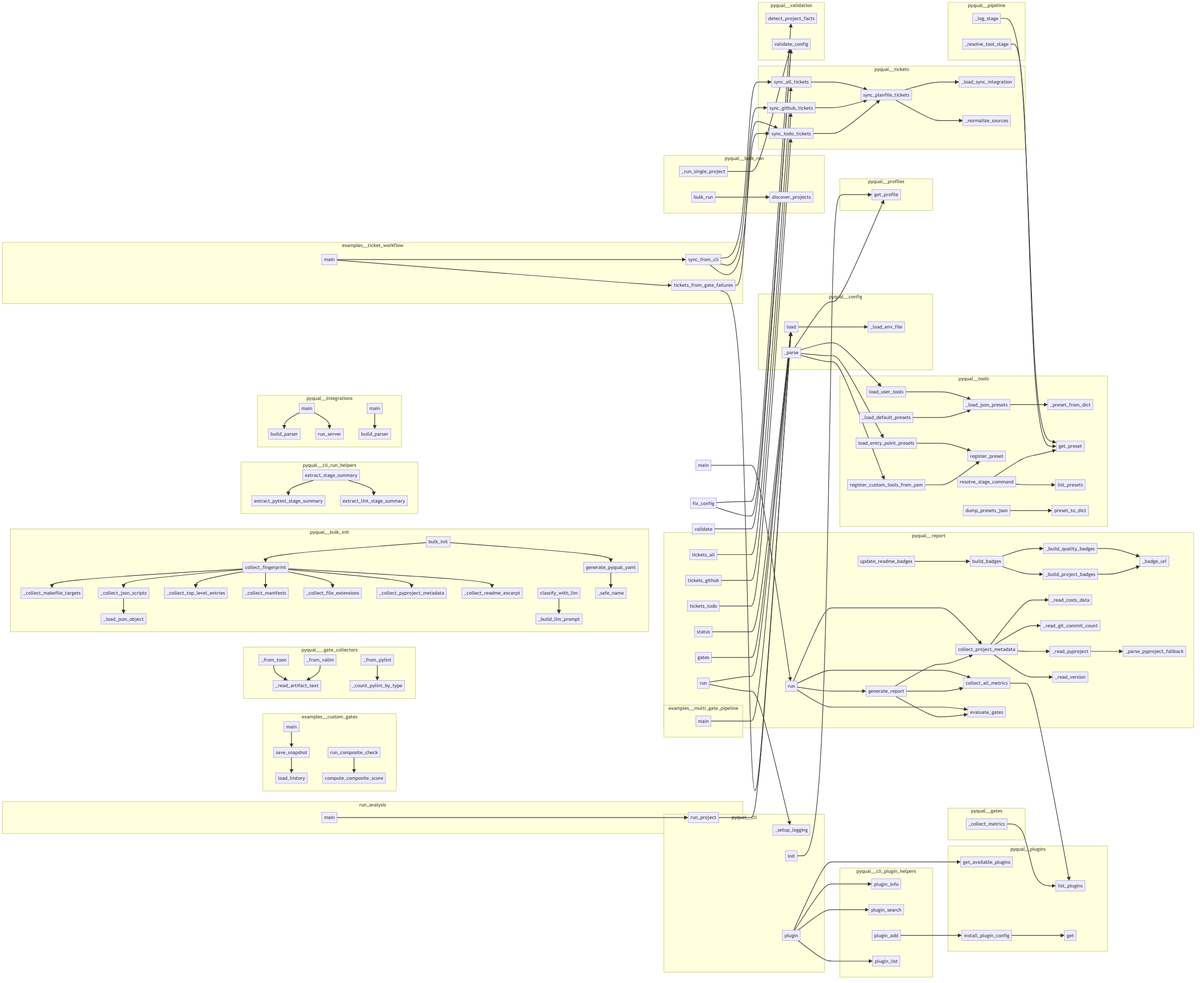
The Mermaid diagram project/calls.png in semcod/pyqual, before a commit. Its source is kept beside it as project/calls.mmd.
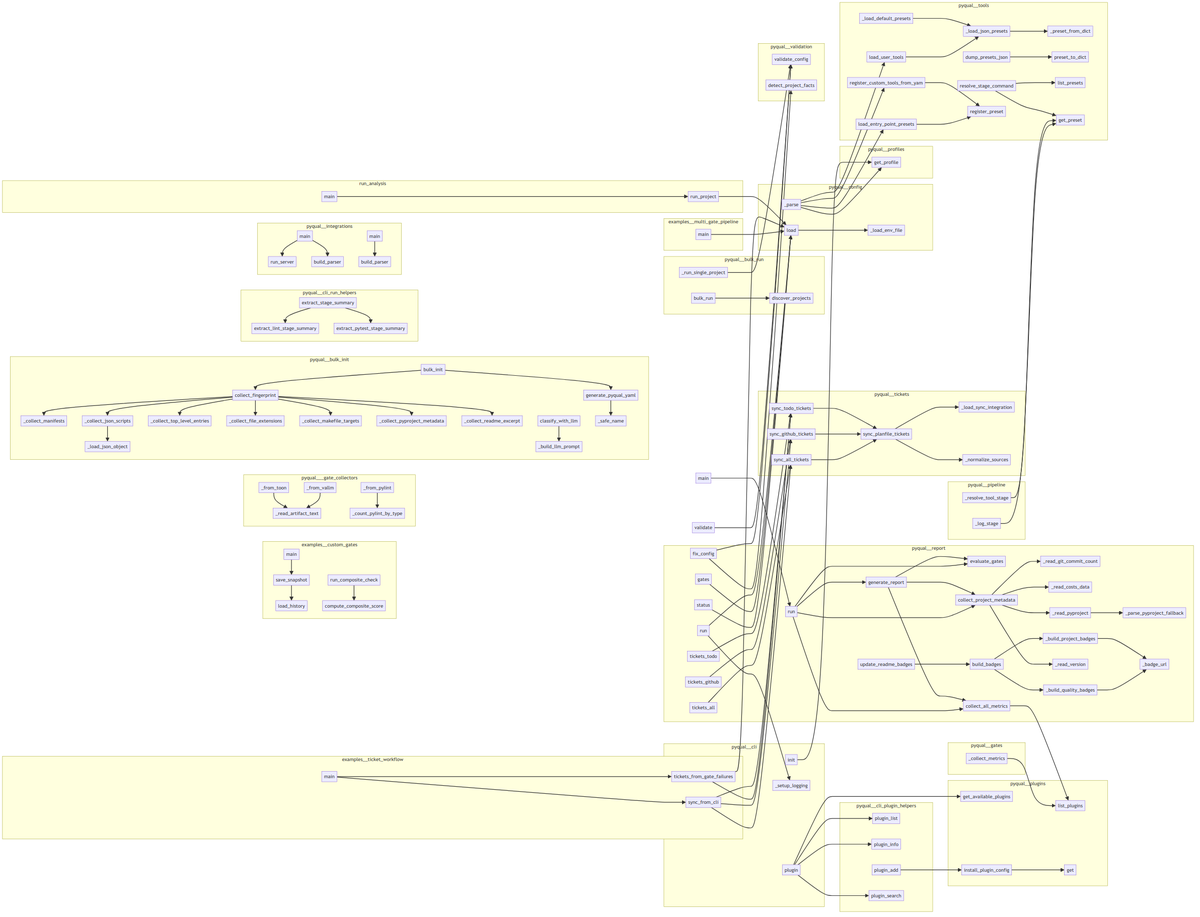
The same file after the commit.

Diff of the diagram source:
```diff
@@ -1,152 +1,152 @@
 flowchart LR
     subgraph examples__custom_gates
+        examples__custom_gates__metric_history__load_history["load_history"]
+        examples__custom_gates__composite_gates__compute_composite_score["compute_composite_score"]
         examples__custom_gates__metric_history__save_snapshot["save_snapshot"]
-        examples__custom_gates__composite_gates__compute_composite_score["compute_composite_score"]
         examples__custom_gates__metric_history__main["main"]
-        examples__custom_gates__metric_history__load_history["load_history"]
         examples__custom_gates__composite_gates__run_composite_check["run_composite_check"]
     end
     subgraph examples__multi_gate_pipeline
         examples__multi_gate_pipeline__run_pipeline__main["main"]
     end
     subgraph examples__ticket_workflow
+        examples__ticket_workflow__sync_tickets__sync_from_cli["sync_from_cli"]
         examples__ticket_workflow__sync_tickets__main["main"]
-        examples__ticket_workflow__sync_tickets__sync_from_cli["sync_from_cli"]
         examples__ticket_workflow__sync_tickets__tickets_from_gate_failures["tickets_from_gate_failures"]
     end
     subgraph pyqual___gate_collectors
         pyqual___gate_collectors___from_pylint["_from_pylint"]
+        pyqual___gate_collectors___read_artifact_text["_read_artifact_text"]
         pyqual___gate_collectors___count_pylint_by_type["_count_pylint_by_type"]
         pyqual___gate_collectors___from_toon["_from_toon"]
-        pyqual___gate_collectors___read_artifact_text["_read_artifact_text"]
         pyqual___gate_collectors___from_vallm["_from_vallm"]
     end
     subgraph pyqual__bulk_init
-        pyqual__bulk_init___collect_makefile_targets["_collect_makefile_targets"]
+        pyqual__bulk_init___collect_manifests["_collect_manifests"]
         pyqual__bulk_init___build_llm_prompt["_build_llm_prompt"]
-        pyqual__bulk_init___collect_pyproject_metadata["_collect_pyproject_metadata"]
-        pyqual__bulk_init__classify_with_llm["classify_with_llm"]
-        pyqual__bulk_init___collect_readme_excerpt["_collect_readme_excerpt"]
         pyqual__bulk_init___load_json_object["_load_json_object"]
         pyqual__bulk_init___collect_top_level_entries["_collect_top_level_entries"]
+        pyqual__bulk_init__generate_pyqual_yaml["generate_pyqual_yaml"]
+        pyqual__bulk_init___collect_makefile_targets["_collect_makefile_targets"]
+        pyqual__bulk_init__collect_fingerprint["collect_fingerprint"]
+        pyqual__bulk_init___collect_readme_excerpt["_collect_readme_excerpt"]
+        pyqual__bulk_init___collect_json_scripts["_collect_json_scripts"]
+        pyqual__bulk_init___safe_name["_safe_name"]
+        pyqual__bulk_init___collect_file_extensions["_collect_file_extensions"]
+        pyqual__bulk_init__classify_with_llm["classify_with_llm"]
         pyqual__bulk_init__bulk_init["bulk_init"]
-        pyqual__bulk_init__collect_fingerprint["collect_fingerprint"]
-        pyqual__bulk_init___safe_name["_safe_name"]
-        pyqual__bulk_init___collect_json_scripts["_collect_json_scripts"]
-        pyqual__bulk_init___collect_manifests["_collect_manifests"]
-        pyqual__bulk_init___collect_file_extensions["_collect_file_extensions"]
-        pyqual__bulk_init__generate_pyqual_yaml["generate_pyqual_yaml"]
+        pyqual__bulk_init___collect_pyproject_metadata["_collect_pyproject_metadata"]
     end
     subgraph pyqual__bulk_run
-        pyqual__bulk_run__discover_projects["discover_projects"]
         pyqual__bulk_run__bulk_run["bulk_run"]
         pyqual__bulk_run___run_single_project["_run_single_project"]
+        pyqual__bulk_run__discover_projects["discover_projects"]
     end
     subgraph pyqual__cli
+        pyqual__cli__validate["validate"]
+        pyqual__cli__run["run"]
+        pyqual__cli__init["init"]
+        pyqual__cli__tickets_github["tickets_github"]
         pyqual__cli__fix_config["fix_config"]
         pyqual__cli__gates["gates"]
+        pyqual__cli__status["status"]
+        pyqual__cli__tickets_all["tickets_all"]
         pyqual__cli___setup_logging["_setup_logging"]
+        pyqual__cli__plugin["plugin"]
         pyqual__cli__tickets_todo["tickets_todo"]
-        pyqual__cli__tickets_github["tickets_github"]
-        pyqual__cli__tickets_all["tickets_all"]
-        pyqual__cli__plugin["plugin"]
-        pyqual__cli__run["run"]
-        pyqual__cli__init["init"]
-        pyqual__cli__validate["validate"]
-        pyqual__cli__status["status"]
     end
     subgraph pyqual__cli_plugin_helpers
+        pyqual__cli_plugin_helpers__plugin_list["plugin_list"]
         pyqual__cli_plugin_helpers__plugin_info["plugin_info"]
+        pyqual__cli_plugin_helpers__plugin_add["plugin_add"]
         pyqual__cli_plugin_helpers__plugin_search["plugin_search"]
-        pyqual__cli_plugin_helpers__plugin_add["plugin_add"]
-        pyqual__cli_plugin_helpers__plugin_list["plugin_list"]
     end
     subgraph pyqual__cli_run_helpers
-        pyqual__cli_run_helpers__extract_stage_summary["extract_stage_summary"]
         pyqual__cli_run_helpers__extract_lint_stage_summary["extract_lint_stage_summary"]
         pyqual__cli_run_helpers__extract_pytest_stage_summary["extract_pytest_stage_summary"]
+        pyqual__cli_run_helpers__extract_stage_summary["extract_stage_summary"]
     end
     subgraph pyqual__config
         pyqual__config___load_env_file["_load_env_file"]
+        pyqual__config__PyqualConfig__load["load"]
         pyqual__config__PyqualConfig___parse["_parse"]
-        pyqual__config__PyqualConfig__load["load"]
     end
     subgraph pyqual__gates
         pyqual__gates__GateSet___collect_metrics["_collect_metrics"]
     end
     subgraph pyqual__integrations
+        pyqual__integrations__llx_mcp_service__run_server["run_server"]
+        pyqual__integrations__llx_mcp_service__main["main"]
+        pyqual__integrations__llx_mcp__build_parser["build_parser"]
+        pyqual__integrations__llx_mcp__main["main"]
         pyqual__integrations__llx_mcp_service__build_parser["build_parser"]
-        pyqual__integrations__llx_mcp_service__main["main"]
-        pyqual__integrations__llx_mcp_service__run_server["run_server"]
-        pyqual__integrations__llx_mcp__main["main"]
-        pyqual__integrations__llx_mcp__build_parser["build_parser"]
     end
     subgraph pyqual__pipeline
+        pyqual__pipeline__Pipeline___log_stage["_log_stage"]
         pyqual__pipeline__Pipeline___resolve_tool_stage["_resolve_tool_stage"]
-        pyqual__pipeline__Pipeline___log_stage["_log_stage"]
     end
     subgraph pyqual__plugins
+        pyqual__plugins__get_available_plugins["get_available_plugins"]
         pyqual__plugins__PluginRegistry__list_plugins["list_plugins"]
         pyqual__plugins__PluginRegistry__get["get"]
-        pyqual__plugins__get_available_plugins["get_available_plugins"]
         pyqual__plugins__install_plugin_config["install_plugin_config"]
     end
     subgraph pyqual__profiles
         pyqual__profiles__get_profile["get_profile"]
     end
     subgraph pyqual__report
+        pyqual__report__evaluate_gates["evaluate_gates"]
+        pyqual__report___read_git_commit_count["_read_git_commit_count"]
+        pyqual__report__generate_report["generate_report"]
+        pyqual__report___read_costs_data["_read_costs_data"]
+        pyqual__report__update_readme_badges["update_readme_badges"]
+        pyqual__report__collect_project_metadata["collect_project_metadata"]
+        pyqual__report__build_badges["build_badges"]
+        pyqual__report___parse_pyproject_fallback["_parse_pyproject_fallback"]
+        pyqual__report___badge_url["_badge_url"]
+        pyqual__report___read_pyproject["_read_pyproject"]
+        pyqual__report__run["run"]
+        pyqual__report__collect_all_metrics["collect_all_metrics"]
+        pyqual__report___build_project_badges["_build_project_badges"]
+        pyqual__report__main["main"]
+        pyqual__report___read_version["_read_version"]
         pyqual__report___build_quality_badges["_build_quality_badges"]
-        pyqual__report__collect_project_metadata["collect_project_metadata"]
-        pyqual__report___read_pyproject["_read_pyproject"]
-        pyqual__report__collect_all_metrics["collect_all_metrics"]
-        pyqual__report__build_badges["build_badges"]
-        pyqual__report__run["run"]
-        pyqual__report___badge_url["_badge_url"]
-        pyqual__report___read_costs_data["_read_costs_data"]
-        pyqual__report___parse_pyproject_fallback["_parse_pyproject_fallback"]
-        pyqual__report__update_readme_badges["update_readme_badges"]
-        pyqual__report___read_git_commit_count["_read_git_commit_count"]
-        pyqual__report__main["main"]
-        pyqual__report__generate_report["generate_report"]
-        pyqual__report__evaluate_gates["evaluate_gates"]
-        pyqual__report___build_project_badges["_build_project_badges"]
-        pyqual__report___read_version["_read_version"]
     end
     subgraph pyqual__tickets
+        pyqual__tickets___load_sync_integration["_load_sync_integration"]
+        pyqual__tickets__sync_planfile_tickets["sync_planfile_tickets"]
         pyqual__tickets__sync_todo_tickets["sync_todo_tickets"]
         pyqual__tickets__sync_github_tickets["sync_github_tickets"]
-        pyqual__tickets__sync_planfile_tickets["sync_planfile_tickets"]
         pyqual__tickets__sync_all_tickets["sync_all_tickets"]
-        pyqual__tickets___load_sync_integration["_load_sync_integration"]
         pyqual__tickets___normalize_sources["_normalize_sources"]
     end
     subgraph pyqual__tools
+        pyqual__tools___preset_from_dict["_preset_from_dict"]
+        pyqual__tools__preset_to_dict["preset_to_dict"]
+        pyqual__tools__dump_presets_json["dump_presets_json"]
+        pyqual__tools__resolve_stage_command["resolve_stage_command"]
+        pyqual__tools__list_presets["list_presets"]
         pyqual__tools__load_entry_point_presets["load_entry_point_presets"]
+        pyqual__tools__load_user_tools["load_user_tools"]
+        pyqual__tools___load_default_presets["_load_default_presets"]
+        pyqual__tools__get_preset["get_preset"]
         pyqual__tools___load_json_presets["_load_json_presets"]
-        pyqual__tools___preset_from_dict["_preset_from_dict"]
-        pyqual__tools___load_default_presets["_load_default_presets"]
         pyqual__tools__register_custom_tools_from_yaml["register_custom_tools_from_yam"]
-        pyqual__tools__get_preset["get_preset"]
-        pyqual__tools__load_user_tools["load_user_tools"]
         pyqual__tools__register_preset["register_preset"]
-        pyqual__tools__dump_presets_json["dump_presets_json"]
-        pyqual__tools__list_presets["list_presets"]
-        pyqual__tools__resolve_stage_command["resolve_stage_command"]
-        pyqual__tools__preset_to_dict["preset_to_dict"]
     end
     subgraph pyqual__validation
+        pyqual__validation__validate_config["validate_config"]
         pyqual__validation__detect_project_facts["detect_project_facts"]
-        pyqual__validation__validate_config["validate_config"]
     end
     subgraph run_analysis
+        run_analysis__main["main"]
         run_analysis__run_project["run_project"]
-        run_analysis__main["main"]
     end
+    examples__custom_gates__composite_gates__run_composite_check --> examples__custom_gates__composite_gates__compute_composite_score
     run_analysis__run_project --> pyqual__config__PyqualConfig__load
     run_analysis__main --> run_analysis__run_project
     examples__custom_gates__metric_history__save_snapshot --> examples__custom_gates__metric_history__load_history
     examples__custom_gates__metric_history__main --> examples__custom_gates__metric_history__save_snapshot
-    examples__custom_gates__composite_gates__run_composite_check --> examples__custom_gates__composite_gates__compute_composite_score
     examples__ticket_workflow__sync_tickets__sync_from_cli --> pyqual__tickets__sync_github_tickets
     examples__ticket_workflow__sync_tickets__sync_from_cli --> pyqual__tickets__sync_all_tickets
     examples__ticket_workflow__sync_tickets__sync_from_cli --> pyqual__tickets__sync_todo_tickets
@@ -155,6 +155,11 @@
     examples__ticket_workflow__sync_tickets__main --> examples__ticket_workflow__sync_tickets__sync_from_cli
     examples__ticket_workflow__sync_tickets__main --> examples__ticket_workflow__sync_tickets__tickets_from_gate_failures
     examples__multi_gate_pipeline__run_pipeline__main --> pyqual__config__PyqualConfig__load
+    pyqual__config__PyqualConfig__load --> pyqual__config___load_env_file
+    pyqual__config__PyqualConfig___parse --> pyqual__tools__load_entry_point_presets
+    pyqual__config__PyqualConfig___parse --> pyqual__tools__load_user_tools
+    pyqual__config__PyqualConfig___parse --> pyqual__tools__register_custom_tools_from_yaml
+    pyqual__config__PyqualConfig___parse --> pyqual__profiles__get_profile
     pyqual__plugins__install_plugin_config --> pyqual__plugins__PluginRegistry__get
     pyqual__tools___load_json_presets --> pyqual__tools___preset_from_dict
     pyqual__tools___load_default_presets --> pyqual__tools___load_json_presets
@@ -164,20 +169,12 @@
     pyqual__tools__load_entry_point_presets --> pyqual__tools__register_preset
     pyqual__tools__resolve_stage_command --> pyqual__tools__get_preset
     pyqual__tools__resolve_stage_command --> pyqual__tools__list_presets
-    pyqual__gates__GateSet___collect_metrics --> pyqual__plugins__PluginRegistry__list_plugins
     pyqual__tickets__sync_planfile_tickets --> pyqual__tickets___load_sync_integration
     pyqual__tickets__sync_planfile_tickets --> pyqual__tickets___normalize_sources
     pyqual__tickets__sync_todo_tickets --> pyqual__tickets__sync_planfile_tickets
     pyqual__tickets__sync_github_tickets --> pyqual__tickets__sync_planfile_tickets
     pyqual__tickets__sync_all_tickets --> pyqual__tickets__sync_planfile_tickets
-    pyqual__config__PyqualConfig__load --> pyqual__config___load_env_file
-    pyqual__config__PyqualConfig___parse --> pyqual__tools__load_entry_point_presets
-    pyqual__config__PyqualConfig___parse --> pyqual__tools__load_user_tools
-    pyqual__config__PyqualConfig___parse --> pyqual__tools__register_custom_tools_from_yaml
-    pyqual__config__PyqualConfig___parse --> pyqual__profiles__get_profile
-    pyqual___gate_collectors___from_toon --> pyqual___gate_collectors___read_artifact_text
-    pyqual___gate_collectors___from_vallm --> pyqual___gate_collectors___read_artifact_text
-    pyqual___gate_collectors___from_pylint --> pyqual___gate_collectors___count_pylint_by_type
+    pyqual__gates__GateSet___collect_metrics --> pyqual__plugins__PluginRegistry__list_plugins
     pyqual__cli__init --> pyqual__profiles__get_profile
     pyqual__cli__run --> pyqual__cli___setup_logging
     pyqual__cli__run --> pyqual__config__PyqualConfig__load
@@ -194,10 +191,11 @@
     pyqual__cli__plugin --> pyqual__cli_plugin_helpers__plugin_search
     pyqual__cli__plugin --> pyqual__cli_plugin_helpers__plugin_info
     pyqual__cli_plugin_helpers__plugin_add --> pyqual__plugins__install_plugin_config
+    pyqual___gate_collectors___from_toon --> pyqual___gate_collectors___read_artifact_text
+    pyqual___gate_collectors___from_vallm --> pyqual___gate_collectors___read_artifact_text
+    pyqual___gate_collectors___from_pylint --> pyqual___gate_collectors___count_pylint_by_type
     pyqual__cli_run_helpers__extract_stage_summary --> pyqual__cli_run_helpers__extract_pytest_stage_summary
     pyqual__cli_run_helpers__extract_stage_summary --> pyqual__cli_run_helpers__extract_lint_stage_summary
-    pyqual__bulk_run___run_single_project --> pyqual__validation__validate_config
-    pyqual__bulk_run__bulk_run --> pyqual__bulk_run__discover_projects
     pyqual__bulk_init___collect_json_scripts --> pyqual__bulk_init___load_json_object
     pyqual__bulk_init__collect_fingerprint --> pyqual__bulk_init___collect_top_level_entries
     pyqual__bulk_init__collect_fingerprint --> pyqual__bulk_init___collect_manifests
@@ -213,6 +211,8 @@
     pyqual__integrations__llx_mcp_service__main --> pyqual__integrations__llx_mcp_service__build_parser
     pyqual__integrations__llx_mcp_service__main --> pyqual__integrations__llx_mcp_service__run_server
     pyqual__integrations__llx_mcp__main --> pyqual__integrations__llx_mcp__build_parser
+    pyqual__bulk_run___run_single_project --> pyqual__validation__validate_config
+    pyqual__bulk_run__bulk_run --> pyqual__bulk_run__discover_projects
     pyqual__report___read_pyproject --> pyqual__report___parse_pyproject_fallback
     pyqual__report__collect_project_metadata --> pyqual__report___read_pyproject
     pyqual__report__collect_project_metadata --> pyqual__report___read_version
```
